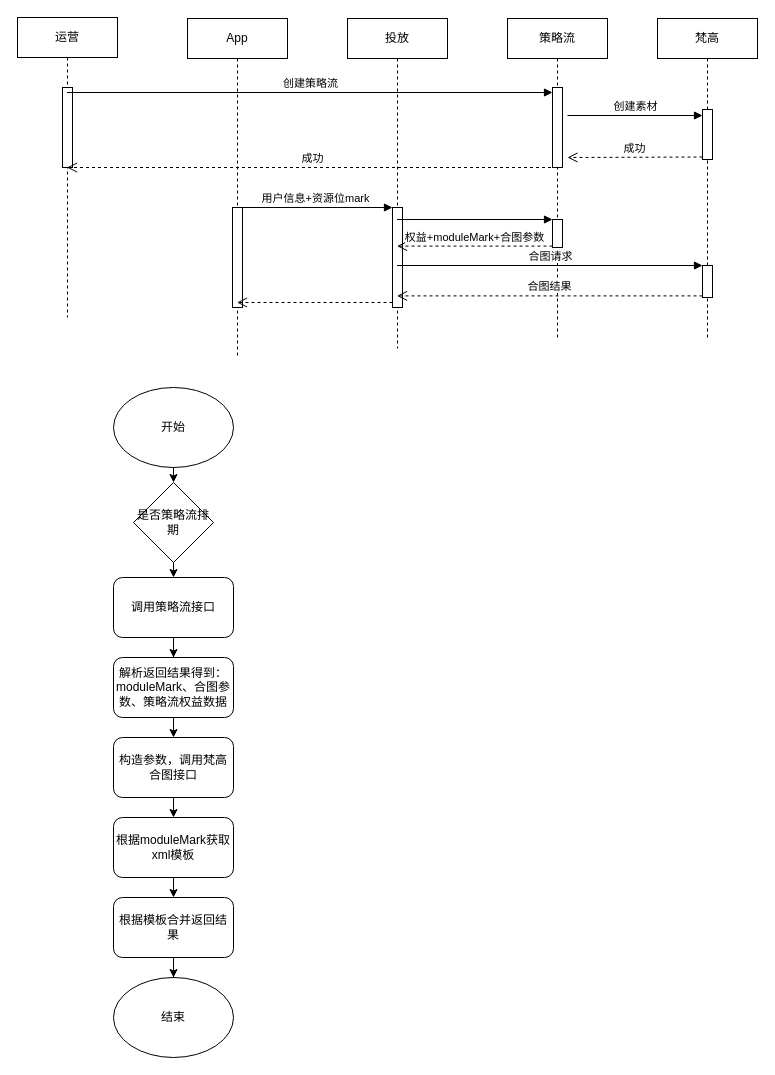
Before: 策略流对接梵高.drawio in zengnm/diagrams, a draw.io diagram. Source tidied: cells renumbered, new cells numbered last; positions are measured from the earlier drawing's top-left corner, leaving out a move shared by most shapes. Both pictures are drawn from the tidied source at 100%, with x=0, y=0 at pixel (17, 17).
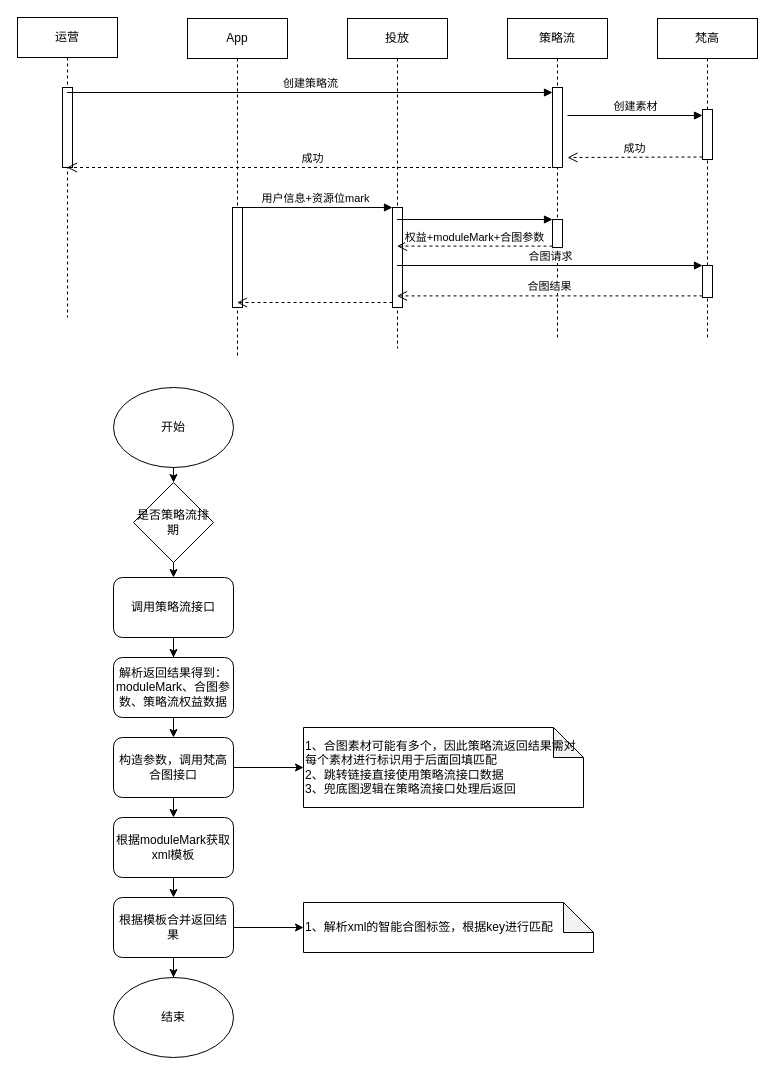
Above is the later version.

Commit message:
Update 策略流对接梵高.drawio

Unchanged cells that the change refers to:
```xml
<mxCell id="33" value="构造参数，调用梵高合图接口" style="rounded=1;whiteSpace=wrap;html=1;" parent="1" vertex="1">
  <mxGeometry x="96" y="720" width="120" height="60" as="geometry" />
</mxCell>
<mxCell id="37" value="根据模板合并返回结果" style="rounded=1;whiteSpace=wrap;html=1;" parent="1" vertex="1">
  <mxGeometry x="96" y="880" width="120" height="60" as="geometry" />
</mxCell>
```

The edit, as a diff of the source:
```diff
@@
+    <mxCell id="39" style="edgeStyle=orthogonalEdgeStyle;rounded=0;jettySize=auto;html=1;entryX=0;entryY=0.5;entryDx=0;entryDy=0;entryPerimeter=0;" parent="1" edge="1" source="33" target="41">
+      <mxGeometry relative="1" as="geometry" />
+    </mxCell>
@@
+    <mxCell id="40" style="edgeStyle=orthogonalEdgeStyle;rounded=0;jettySize=auto;html=1;entryX=0;entryY=0.5;entryDx=0;entryDy=0;entryPerimeter=0;" parent="1" edge="1" source="37" target="42">
+      <mxGeometry relative="1" as="geometry" />
+    </mxCell>
@@
+    <mxCell id="41" value="&lt;div&gt;&lt;span&gt;1、合图素材可能有多个，因此策略流返回结果需对每个素材进行标识用于后面回填匹配&lt;/span&gt;&lt;/div&gt;&lt;div&gt;&lt;span&gt;2、跳转链接直接使用策略流接口数据&lt;/span&gt;&lt;/div&gt;&lt;div&gt;&lt;span&gt;3、兜底图逻辑在策略流接口处理后返回&lt;/span&gt;&lt;/div&gt;" style="shape=note;whiteSpace=wrap;html=1;backgroundOutline=1;darkOpacity=0.05;align=left;" parent="1" vertex="1">
+      <mxGeometry x="286" y="710" width="280" height="80" as="geometry" />
+    </mxCell>
+    <mxCell id="42" value="1、解析xml的智能合图标签，根据key进行匹配" style="shape=note;whiteSpace=wrap;html=1;backgroundOutline=1;darkOpacity=0.05;align=left;" parent="1" vertex="1">
+      <mxGeometry x="286" y="885" width="290" height="50" as="geometry" />
+    </mxCell>
```
